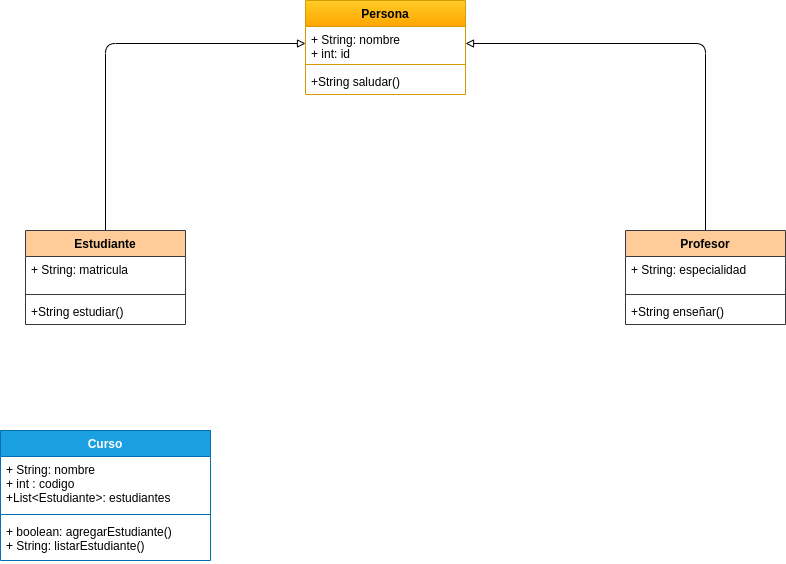
nexphernandez/gestion-academica keeps this draw.io diagram as images/diagrama-clases-academia.drawio.png. Above is the earlier version. Source tidied: cells renumbered, new cells last; positions are measured from the earlier drawing's top-left corner, leaving out a move shared by most shapes.
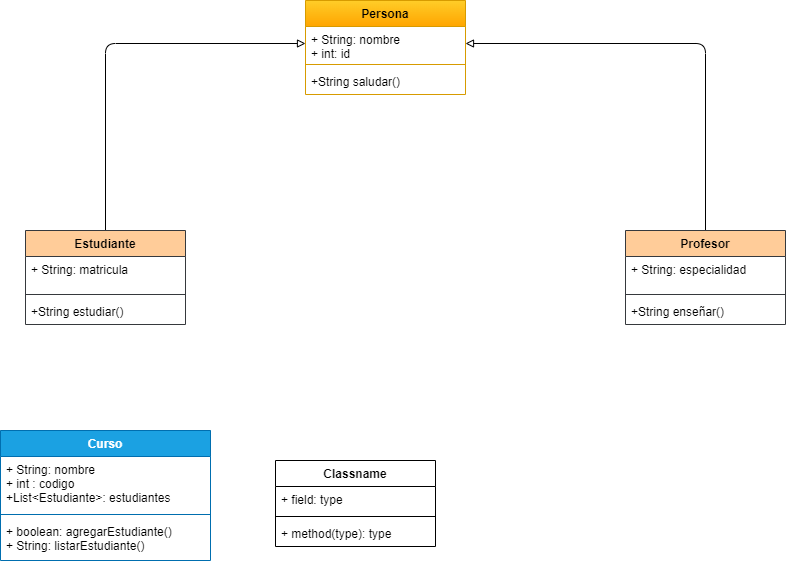
The same file after the commit.

Change to the diagram source:
```diff
@@ -56,5 +56,17 @@
     <mxCell id="19" value="+ boolean: agregarEstudiante()&#10;+ String: listarEstudiante()" style="text;strokeColor=none;fillColor=none;align=left;verticalAlign=top;spacingLeft=4;spacingRight=4;overflow=hidden;" parent="16" vertex="1">
       <mxGeometry y="88" width="210" height="42" as="geometry" />
     </mxCell>
+    <mxCell id="20" value="Classname" style="swimlane;fontStyle=1;align=center;verticalAlign=top;horizontal=1;startSize=26;" parent="1" vertex="1">
+      <mxGeometry x="275" y="460" width="160" height="86" as="geometry" />
+    </mxCell>
+    <mxCell id="21" value="+ field: type" style="text;strokeColor=none;fillColor=none;align=left;verticalAlign=top;spacingLeft=4;spacingRight=4;overflow=hidden;" parent="20" vertex="1">
+      <mxGeometry y="26" width="160" height="26" as="geometry" />
+    </mxCell>
+    <mxCell id="22" style="line;strokeWidth=1;fillColor=none;align=left;verticalAlign=middle;spacingTop=-1;spacingLeft=3;spacingRight=3;labelPosition=right;strokeColor=inherit;" parent="20" vertex="1">
+      <mxGeometry y="52" width="160" height="8" as="geometry" />
+    </mxCell>
+    <mxCell id="23" value="+ method(type): type" style="text;strokeColor=none;fillColor=none;align=left;verticalAlign=top;spacingLeft=4;spacingRight=4;overflow=hidden;" parent="20" vertex="1">
+      <mxGeometry y="60" width="160" height="26" as="geometry" />
+    </mxCell>
   </root>
 </mxGraphModel>
```
